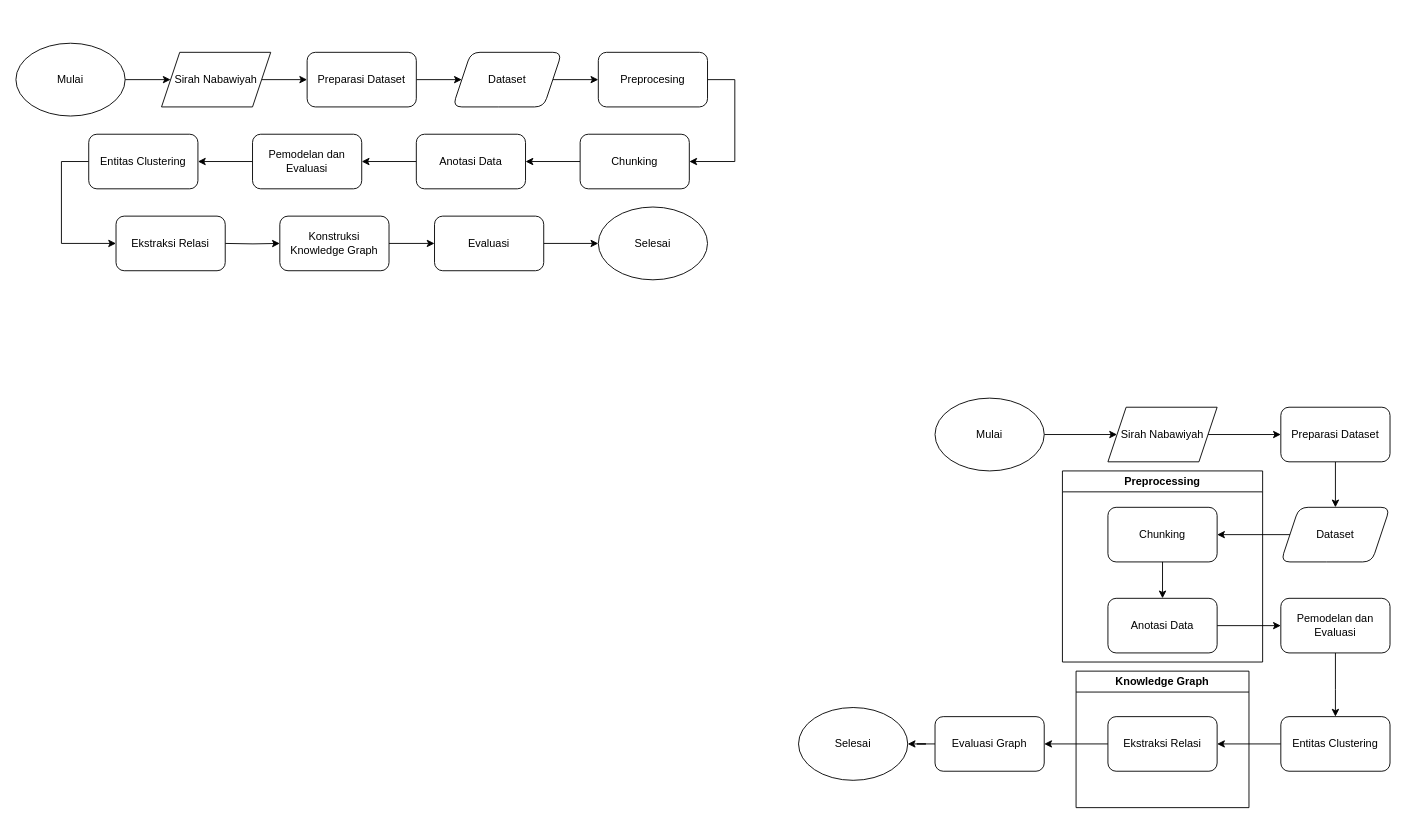
Before: docs/bab3/flowchart/metodologi.drawio in raymrichigat/tugas-akhir, a draw.io diagram. Source tidied: cells renumbered, new cells numbered last; positions are measured from the earlier drawing's top-left corner, leaving out a move shared by most shapes. Both pictures are drawn from the tidied source at 91%, with x=0, y=0 at pixel (15, 43).
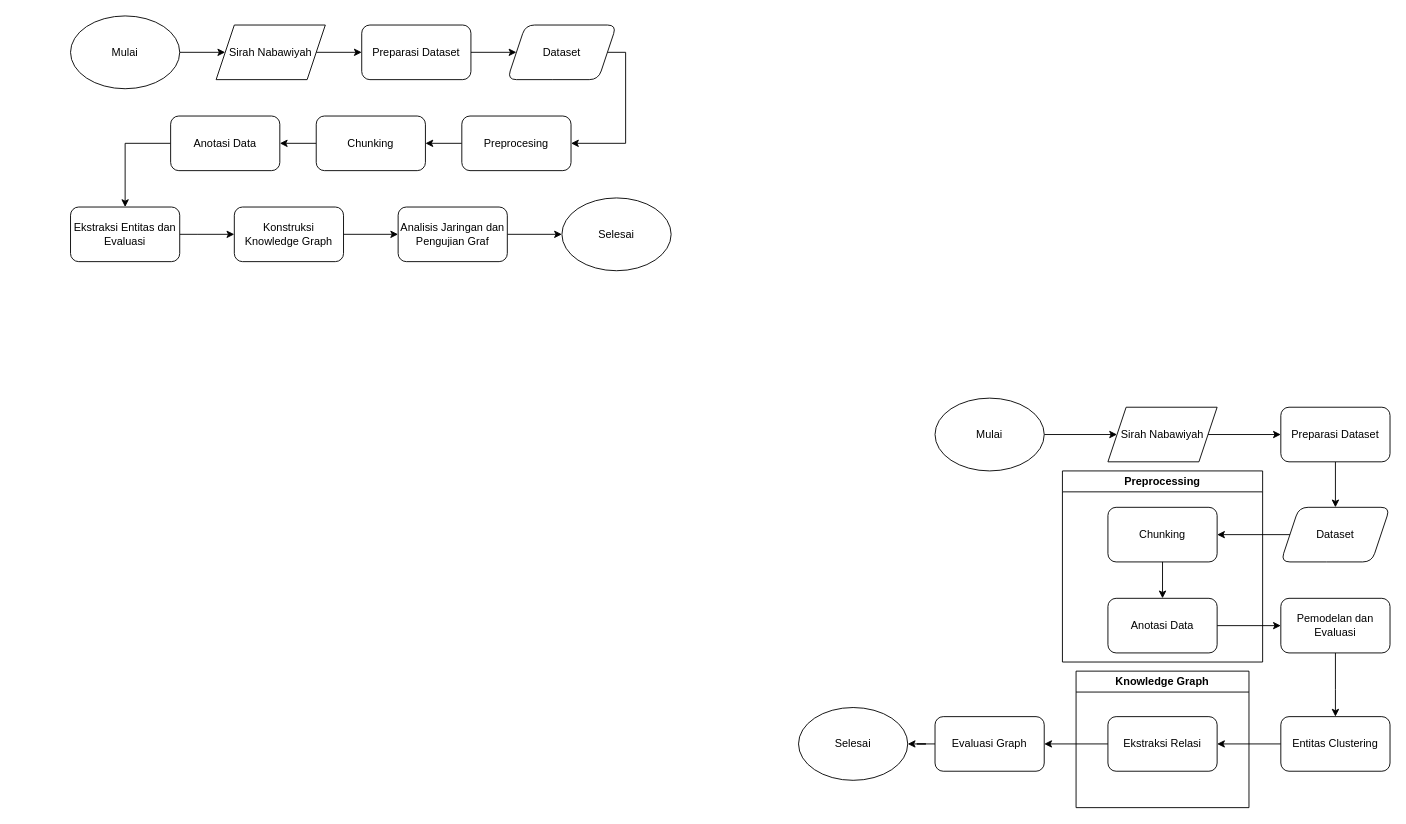
After the change.

Change to the diagram source:
```diff
@@
     <mxCell id="3" value="Mulai" style="ellipse;whiteSpace=wrap;html=1;" parent="1" vertex="1">
-      <mxGeometry width="120" height="80" as="geometry" />
+      <mxGeometry x="60" y="-30" width="120" height="80" as="geometry" />
     </mxCell>
@@
     <mxCell id="5" value="Sirah Nabawiyah" style="shape=parallelogram;perimeter=parallelogramPerimeter;whiteSpace=wrap;html=1;fixedSize=1;" parent="1" vertex="1">
-      <mxGeometry x="160" y="10" width="120" height="60" as="geometry" />
+      <mxGeometry x="220" y="-20" width="120" height="60" as="geometry" />
     </mxCell>
@@
     <mxCell id="7" value="Preparasi Dataset" style="rounded=1;whiteSpace=wrap;html=1;" parent="1" vertex="1">
-      <mxGeometry x="320" y="10" width="120" height="60" as="geometry" />
+      <mxGeometry x="380" y="-20" width="120" height="60" as="geometry" />
     </mxCell>
-    <mxCell id="8" style="edgeStyle=orthogonalEdgeStyle;rounded=0;jettySize=auto;html=1;" parent="1" edge="1" source="9" target="11">
-      <mxGeometry relative="1" as="geometry" />
+    <mxCell id="8" style="edgeStyle=orthogonalEdgeStyle;rounded=0;jettySize=auto;html=1;exitX=1;exitY=0.5;exitDx=0;exitDy=0;entryX=1;entryY=0.5;entryDx=0;entryDy=0;" parent="1" edge="1" source="9" target="11">
+      <mxGeometry relative="1" as="geometry">
+        <Array as="points">
+          <mxPoint x="670" y="10" />
+          <mxPoint x="670" y="110" />
+        </Array>
+      </mxGeometry>
     </mxCell>
     <mxCell id="9" value="Dataset" style="shape=parallelogram;perimeter=parallelogramPerimeter;whiteSpace=wrap;html=1;fixedSize=1;rounded=1;" parent="1" vertex="1">
-      <mxGeometry x="480" y="10" width="120" height="60" as="geometry" />
+      <mxGeometry x="540" y="-20" width="120" height="60" as="geometry" />
     </mxCell>
     <mxCell id="10" style="edgeStyle=orthogonalEdgeStyle;rounded=0;jettySize=auto;html=1;" parent="1" edge="1" source="11" target="13">
       <mxGeometry relative="1" as="geometry">
         <Array as="points">
-          <mxPoint x="790" y="40" />
-          <mxPoint x="790" y="130" />
+          <mxPoint x="610" y="110" />
         </Array>
       </mxGeometry>
     </mxCell>
     <mxCell id="11" value="Preprocesing" style="whiteSpace=wrap;html=1;rounded=1;" parent="1" vertex="1">
-      <mxGeometry x="640" y="10" width="120" height="60" as="geometry" />
+      <mxGeometry x="490" y="80" width="120" height="60" as="geometry" />
     </mxCell>
@@
     <mxCell id="13" value="Chunking" style="whiteSpace=wrap;html=1;rounded=1;" parent="1" vertex="1">
-      <mxGeometry x="620" y="100" width="120" height="60" as="geometry" />
+      <mxGeometry x="330" y="80" width="120" height="60" as="geometry" />
     </mxCell>
     <mxCell id="14" style="edgeStyle=orthogonalEdgeStyle;rounded=0;jettySize=auto;html=1;" parent="1" edge="1" source="15" target="17">
-      <mxGeometry relative="1" as="geometry" />
+      <mxGeometry relative="1" as="geometry">
+        <Array as="points">
+          <mxPoint x="120" y="110" />
+        </Array>
+      </mxGeometry>
     </mxCell>
     <mxCell id="15" value="Anotasi Data" style="whiteSpace=wrap;html=1;rounded=1;" parent="1" vertex="1">
-      <mxGeometry x="440" y="100" width="120" height="60" as="geometry" />
+      <mxGeometry x="170" y="80" width="120" height="60" as="geometry" />
     </mxCell>
-    <mxCell id="16" style="edgeStyle=orthogonalEdgeStyle;rounded=0;jettySize=auto;html=1;" parent="1" edge="1" source="17" target="19">
-      <mxGeometry relative="1" as="geometry" />
-    </mxCell>
+    <mxCell id="50" style="edgeStyle=orthogonalEdgeStyle;rounded=0;jettySize=auto;html=1;" parent="1" edge="1" source="17" target="23">
+      <mxGeometry relative="1" as="geometry">
+        <Array as="points">
+          <mxPoint x="200" y="210" />
+        </Array>
+      </mxGeometry>
+    </mxCell>
-    <mxCell id="17" value="Pemodelan dan Evaluasi" style="whiteSpace=wrap;html=1;rounded=1;" parent="1" vertex="1">
-      <mxGeometry x="260" y="100" width="120" height="60" as="geometry" />
+    <mxCell id="17" value="Ekstraksi Entitas dan Evaluasi" style="whiteSpace=wrap;html=1;rounded=1;" parent="1" vertex="1">
+      <mxGeometry x="60" y="180" width="120" height="60" as="geometry" />
     </mxCell>
-    <mxCell id="18" style="edgeStyle=orthogonalEdgeStyle;rounded=0;jettySize=auto;html=1;" parent="1" edge="1" source="19" target="21">
+    <mxCell id="18" style="edgeStyle=orthogonalEdgeStyle;rounded=0;orthogonalLoop=1;jettySize=auto;html=1;" parent="1" edge="1">
       <mxGeometry relative="1" as="geometry">
+        <mxPoint x="80" y="130" as="sourcePoint" />
         <Array as="points">
           <mxPoint x="50" y="130" />
         </Array>
       </mxGeometry>
     </mxCell>
-    <mxCell id="19" value="Entitas Clustering" style="whiteSpace=wrap;html=1;rounded=1;" parent="1" vertex="1">
-      <mxGeometry x="80" y="100" width="120" height="60" as="geometry" />
-    </mxCell>
-    <mxCell id="20" style="edgeStyle=orthogonalEdgeStyle;rounded=0;jettySize=auto;html=1;" parent="1" edge="1" target="23">
-      <mxGeometry relative="1" as="geometry">
-        <mxPoint x="230" y="220" as="sourcePoint" />
-      </mxGeometry>
-    </mxCell>
-    <mxCell id="21" value="Ekstraksi Relasi" style="whiteSpace=wrap;html=1;rounded=1;" parent="1" vertex="1">
-      <mxGeometry x="110" y="190" width="120" height="60" as="geometry" />
-    </mxCell>
     <mxCell id="22" style="edgeStyle=orthogonalEdgeStyle;rounded=0;jettySize=auto;html=1;" parent="1" edge="1" source="23" target="25">
-      <mxGeometry relative="1" as="geometry" />
+      <mxGeometry relative="1" as="geometry">
+        <Array as="points">
+          <mxPoint x="420" y="210" />
+        </Array>
+      </mxGeometry>
     </mxCell>
     <mxCell id="23" value="Konstruksi Knowledge Graph" style="whiteSpace=wrap;html=1;rounded=1;" parent="1" vertex="1">
-      <mxGeometry x="290" y="190" width="120" height="60" as="geometry" />
+      <mxGeometry x="240" y="180" width="120" height="60" as="geometry" />
     </mxCell>
@@
-    <mxCell id="25" value="Evaluasi" style="whiteSpace=wrap;html=1;rounded=1;" parent="1" vertex="1">
-      <mxGeometry x="460" y="190" width="120" height="60" as="geometry" />
+    <mxCell id="25" value="Analisis Jaringan dan Pengujian Graf" style="whiteSpace=wrap;html=1;rounded=1;" parent="1" vertex="1">
+      <mxGeometry x="420" y="180" width="120" height="60" as="geometry" />
     </mxCell>
     <mxCell id="26" value="Selesai" style="ellipse;whiteSpace=wrap;html=1;" parent="1" vertex="1">
-      <mxGeometry x="640" y="180" width="120" height="80" as="geometry" />
+      <mxGeometry x="600" y="170" width="120" height="80" as="geometry" />
     </mxCell>
```
